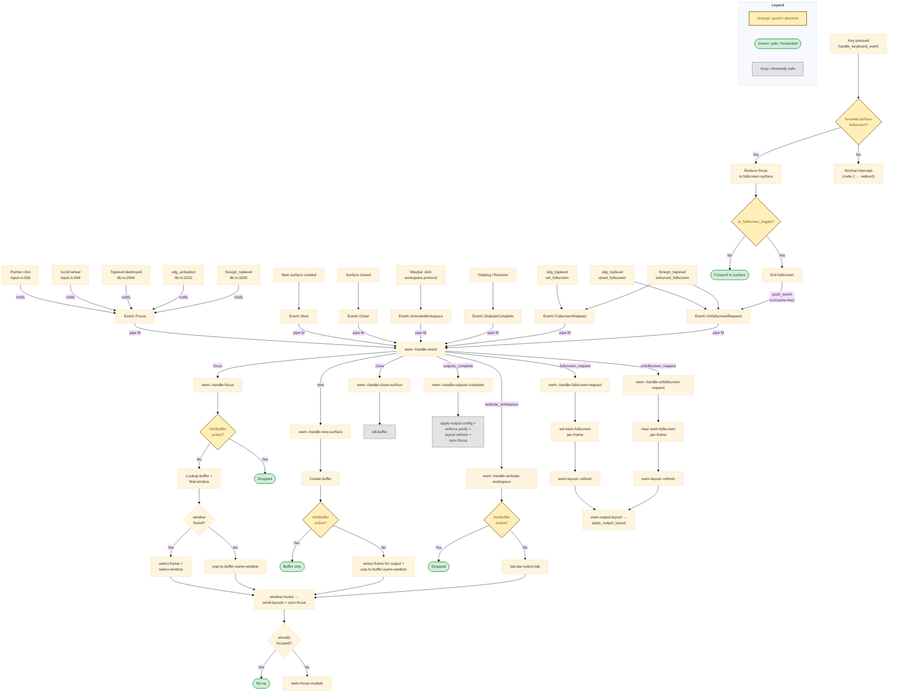
Above: docs/diagrams/refocus.png in ezemtsov/ewm (Mermaid), before the change. Its source is kept beside it as docs/diagrams/refocus.mmd.
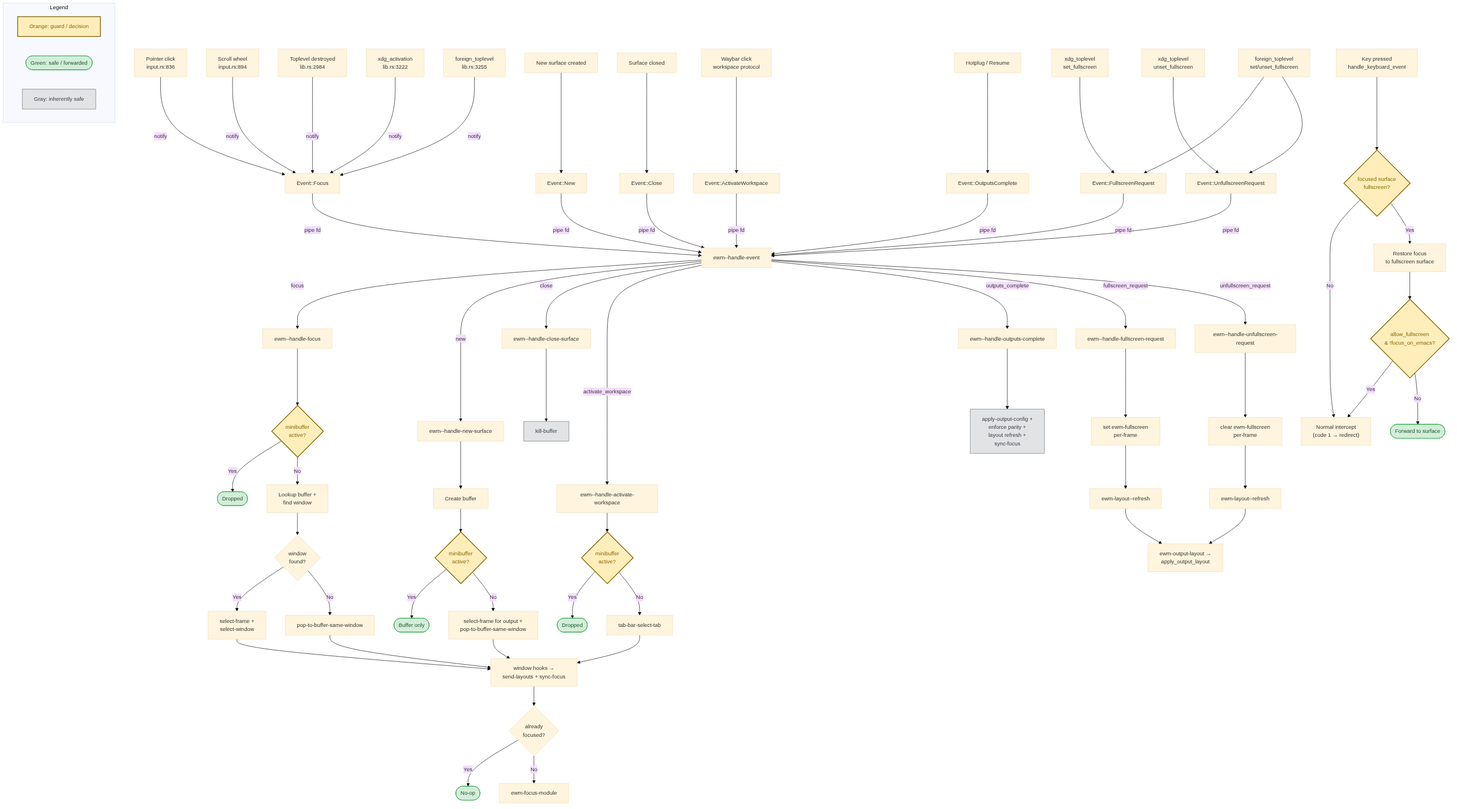
The same file after the commit.

Commit message:
feat(input): make fullscreen intercepted keybinds generic

Change to the diagram source:
```diff
@@ -97,17 +97,15 @@
     keypress["Key pressed<br/>handle_keyboard_event"]
     fs_check{"focused surface<br/>fullscreen?"}:::guard
     fs_restore["Restore focus<br/>to fullscreen surface"]
-    fs_toggle_check{"is_fullscreen_toggle?"}:::guard
+    fs_allow_check{"allow_fullscreen<br/>& !focus_on_emacs?"}:::guard
     fs_forward(["Forward to surface"]):::safe
-    fs_exit["Exit fullscreen"]
 
     keypress --> fs_check
     fs_check -->|No| normal_intercept["Normal intercept<br/>(code 1 → redirect)"]
     fs_check -->|Yes| fs_restore
-    fs_restore --> fs_toggle_check
-    fs_toggle_check -->|Yes| fs_exit
-    fs_toggle_check -->|No| fs_forward
-    fs_exit -->|"push_event<br/>(consume key)"| unfsev
+    fs_restore --> fs_allow_check
+    fs_allow_check -->|Yes| normal_intercept
+    fs_allow_check -->|No| fs_forward
 
     subgraph Legend
         direction LR
```
